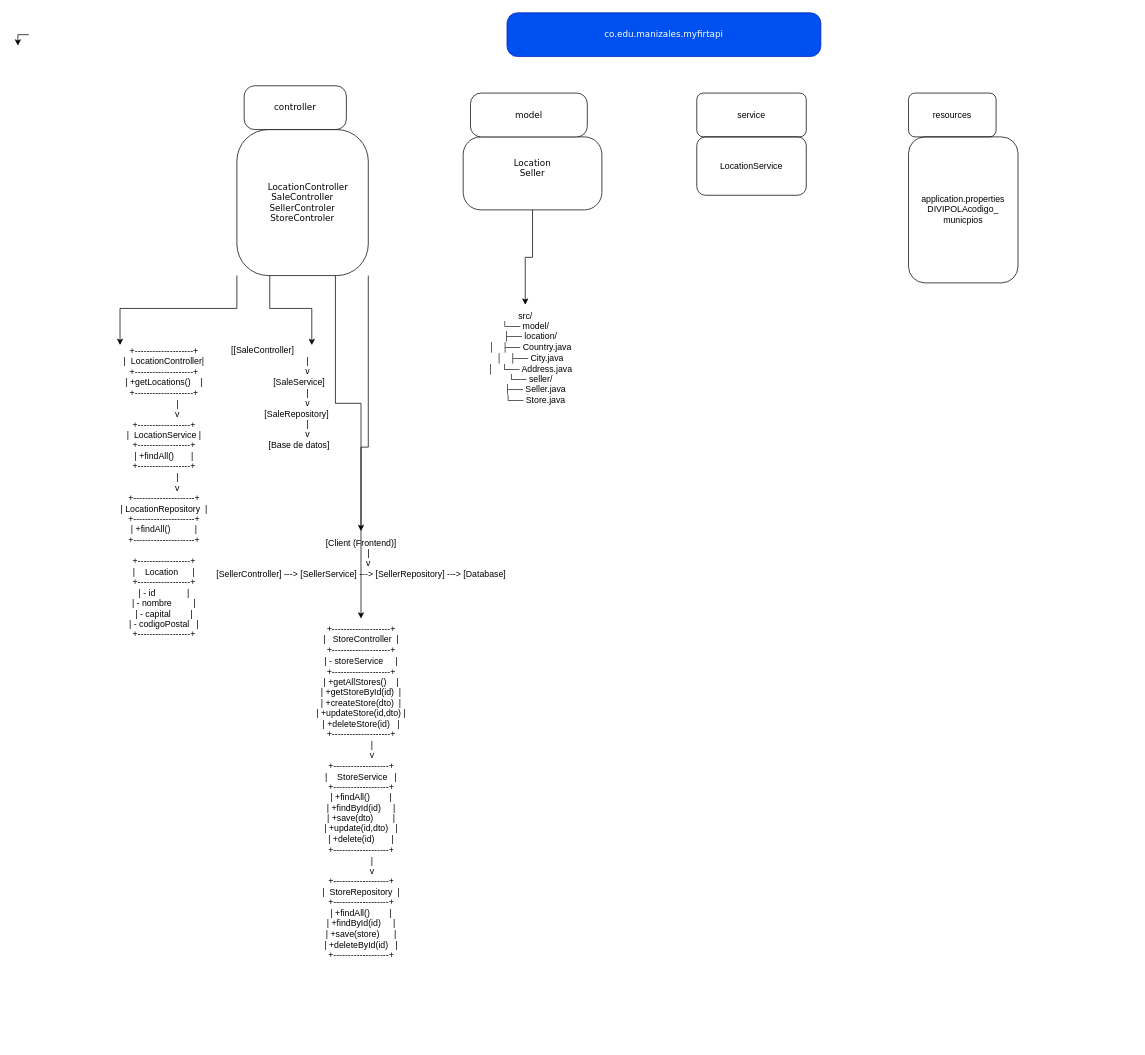
Above: Diagrama sin título.drawio in alexa7valan/myfirstapi (draw.io), before the change. Source tidied: cells renumbered, new cells numbered last; positions are measured from the earlier drawing's top-left corner, leaving out a move shared by most shapes. Both pictures are drawn from the tidied source at 73%, with x=0, y=0 at pixel (18, 12).
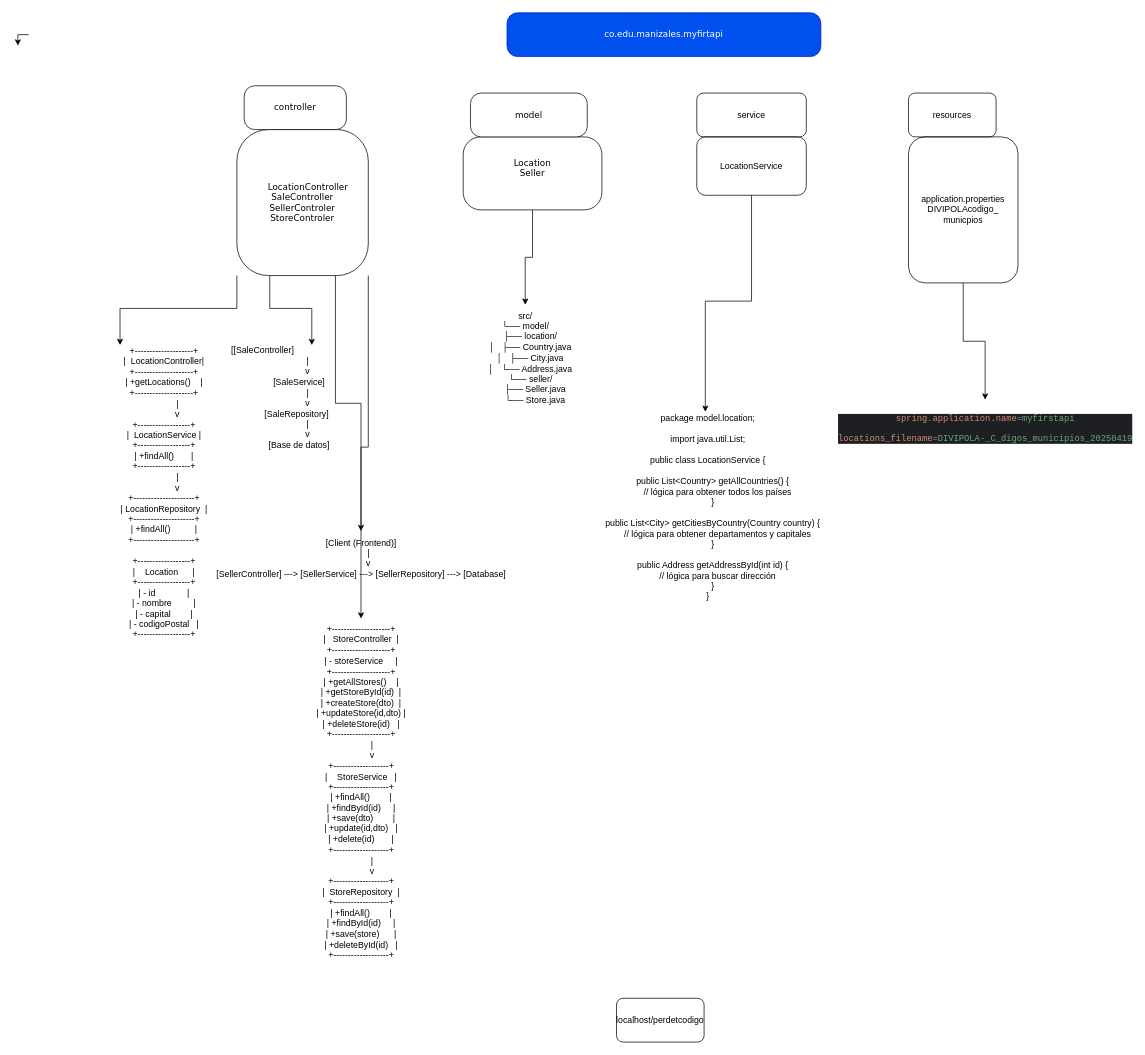
Above is the later version.

Unchanged cells that the change refers to:
```xml
<mxCell id="12" value="LocationService" style="rounded=1;whiteSpace=wrap;html=1;fillColor=none;" parent="1" vertex="1">
  <mxGeometry x="930" y="170" width="150" height="80" as="geometry" />
</mxCell>
<mxCell id="14" value="application.properties&lt;div&gt;DIVIPOLAcodigo_&lt;/div&gt;&lt;div&gt;municpios&lt;/div&gt;" style="rounded=1;whiteSpace=wrap;html=1;fillColor=none;" parent="1" vertex="1">
  <mxGeometry x="1220" y="170" width="150" height="200" as="geometry" />
</mxCell>
```

Diff of the diagram source:
```diff
@@
+    <mxCell id="22" style="edgeStyle=orthogonalEdgeStyle;rounded=0;jettySize=auto;html=1;exitX=0.5;exitY=1;exitDx=0;exitDy=0;" parent="1" edge="1" source="14" target="25">
+      <mxGeometry relative="1" as="geometry" />
+    </mxCell>
@@
+    <mxCell id="23" value="&lt;div&gt;package model.location;&lt;/div&gt;&lt;div&gt;&lt;br&gt;&lt;/div&gt;&lt;div&gt;import java.util.List;&lt;/div&gt;&lt;div&gt;&lt;br&gt;&lt;/div&gt;&lt;div&gt;public class LocationService {&lt;/div&gt;&lt;div&gt;&lt;br&gt;&lt;/div&gt;&lt;div&gt;&amp;nbsp; &amp;nbsp; public List&amp;lt;Country&amp;gt; getAllCountries() {&lt;/div&gt;&lt;div&gt;&amp;nbsp; &amp;nbsp; &amp;nbsp; &amp;nbsp; // lógica para obtener todos los países&lt;/div&gt;&lt;div&gt;&amp;nbsp; &amp;nbsp; }&lt;/div&gt;&lt;div&gt;&lt;br&gt;&lt;/div&gt;&lt;div&gt;&amp;nbsp; &amp;nbsp; public List&amp;lt;City&amp;gt; getCitiesByCountry(Country country) {&lt;/div&gt;&lt;div&gt;&amp;nbsp; &amp;nbsp; &amp;nbsp; &amp;nbsp; // lógica para obtener departamentos y capitales&lt;/div&gt;&lt;div&gt;&amp;nbsp; &amp;nbsp; }&lt;/div&gt;&lt;div&gt;&lt;br&gt;&lt;/div&gt;&lt;div&gt;&amp;nbsp; &amp;nbsp; public Address getAddressById(int id) {&lt;/div&gt;&lt;div&gt;&amp;nbsp; &amp;nbsp; &amp;nbsp; &amp;nbsp; // lógica para buscar dirección&lt;/div&gt;&lt;div&gt;&amp;nbsp; &amp;nbsp; }&lt;/div&gt;&lt;div&gt;}&lt;/div&gt;&lt;div&gt;&lt;br&gt;&lt;/div&gt;" style="text;html=1;align=center;verticalAlign=middle;points=[];strokeColor=none;fillColor=none;" parent="1" vertex="1">
+      <mxGeometry x="780" y="540" width="330" height="290" as="geometry" />
+    </mxCell>
+    <mxCell id="24" style="edgeStyle=orthogonalEdgeStyle;rounded=0;jettySize=auto;html=1;exitX=0.5;exitY=1;exitDx=0;exitDy=0;entryX=0.49;entryY=0.023;entryDx=0;entryDy=0;entryPerimeter=0;" parent="1" edge="1" source="12" target="23">
+      <mxGeometry relative="1" as="geometry" />
+    </mxCell>
+    <mxCell id="25" value="&lt;div style=&quot;background-color: rgb(30, 31, 34); color: rgb(188, 190, 196);&quot;&gt;&lt;pre style=&quot;font-family:'JetBrains Mono',monospace;font-size:9,8pt;&quot;&gt;&lt;span style=&quot;color: rgb(207, 142, 109);&quot;&gt;spring.application.name&lt;/span&gt;&lt;span style=&quot;color: rgb(128, 128, 128);&quot;&gt;=&lt;/span&gt;&lt;span style=&quot;color: rgb(106, 171, 115);&quot;&gt;myfirstapi&lt;br&gt;&lt;/span&gt;&lt;pre&gt;&lt;span style=&quot;color: rgb(207, 142, 109);&quot;&gt;locations_filename&lt;/span&gt;&lt;span style=&quot;color: rgb(128, 128, 128);&quot;&gt;=&lt;/span&gt;&lt;span style=&quot;color: rgb(106, 171, 115);&quot;&gt;DIVIPOLA-_C_digos_municipios_20250419&lt;/span&gt;&lt;/pre&gt;&lt;/pre&gt;&lt;/div&gt;" style="text;html=1;align=center;verticalAlign=middle;points=[];fillColor=none;" parent="1" vertex="1">
+      <mxGeometry x="1130" y="530" width="390" height="80" as="geometry" />
+    </mxCell>
+    <mxCell id="26" value="localhost/perdetcodigo" style="rounded=1;whiteSpace=wrap;html=1;" parent="1" vertex="1">
+      <mxGeometry x="820" y="1350" width="120" height="60" as="geometry" />
+    </mxCell>
```
